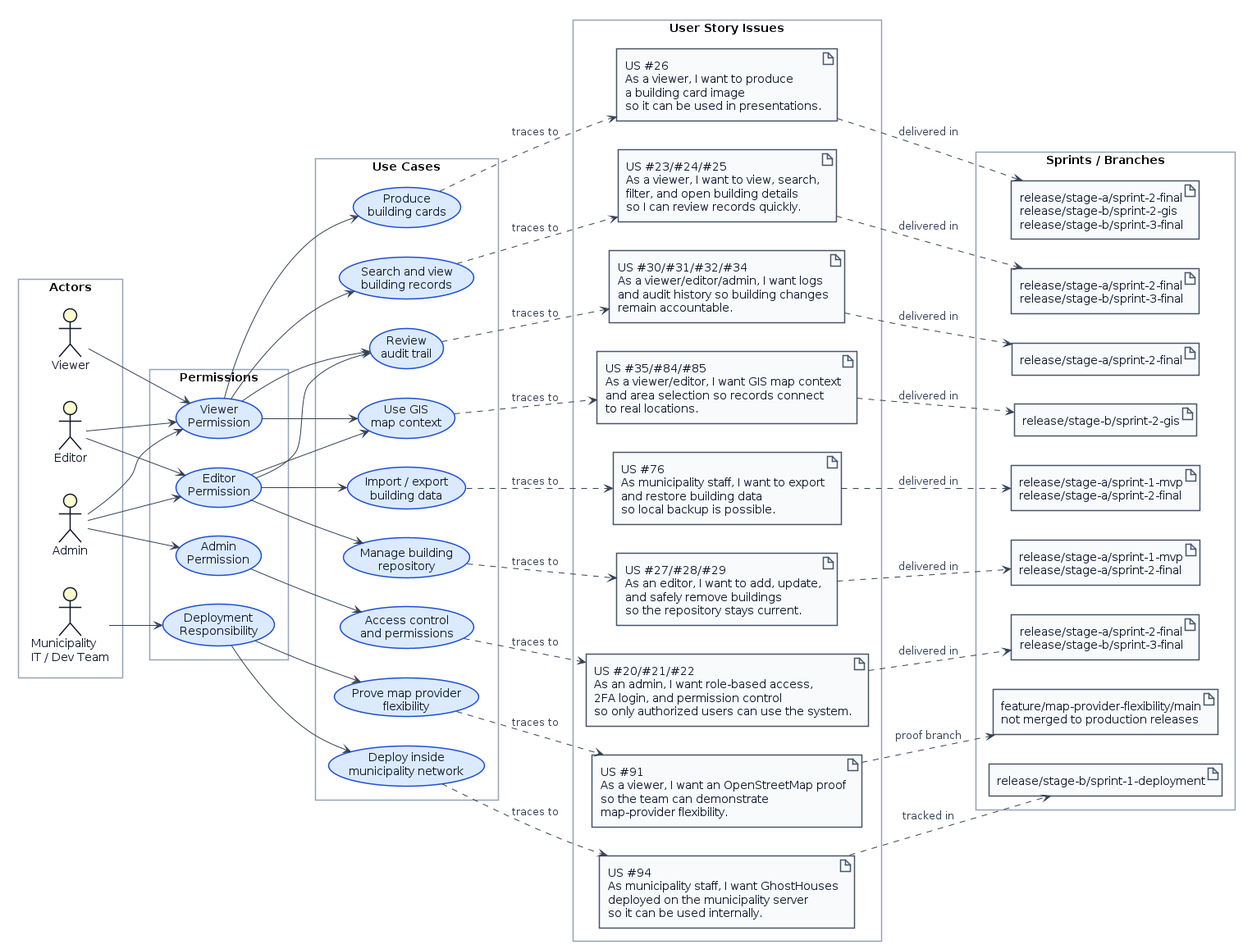
The PlantUML diagram docs/submissions/stage-b/uml/use-cases/presentation/use_cases_to_sprints.png in bbdaria/GhostHouses, before a commit. Its source is kept beside it as docs/submissions/stage-b/uml/use-cases/presentation/use_cases_to_sprints.puml.
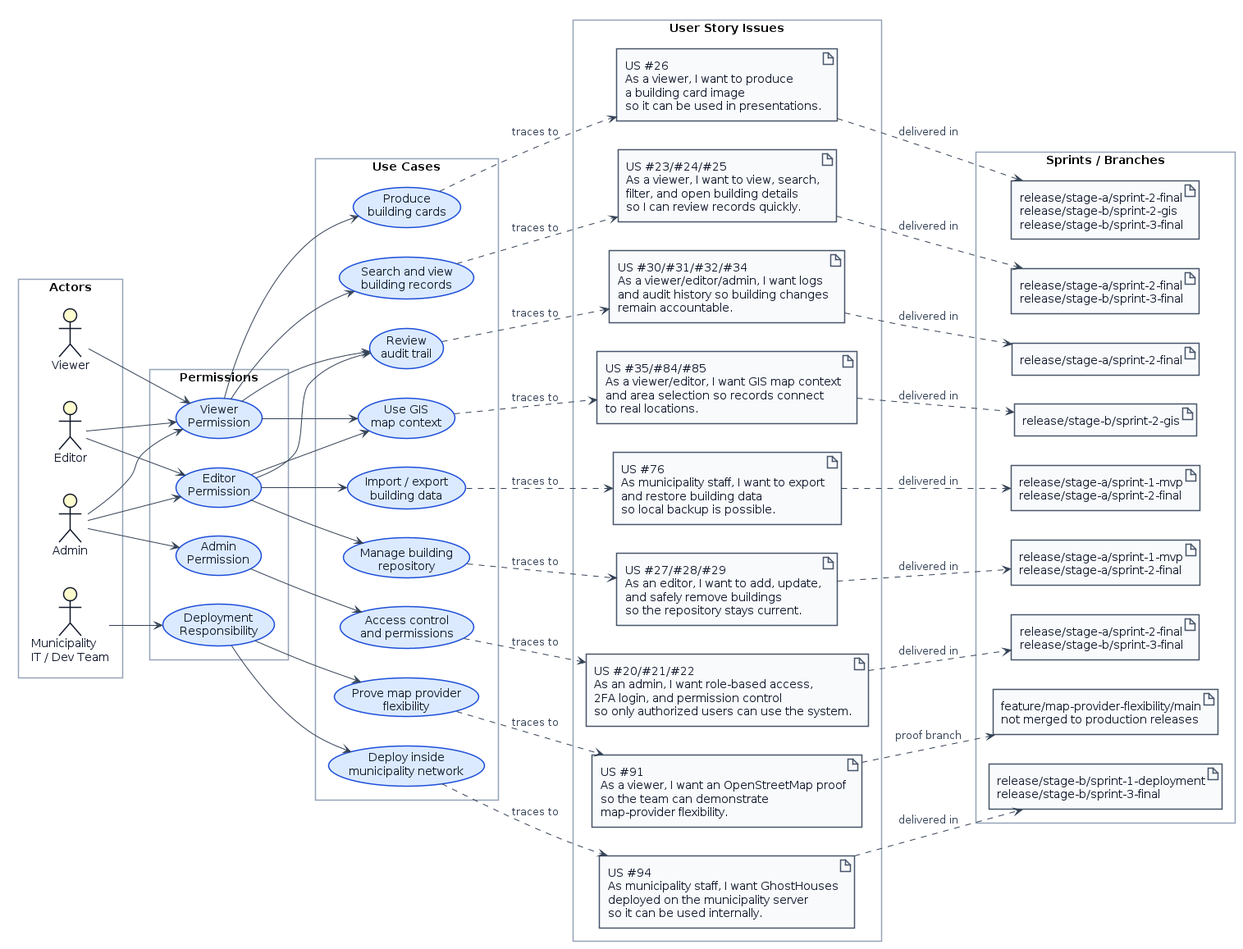
The same file after the commit.

Commit message:
Update presentation deployment traceability

Change to the diagram source:
```diff
@@ -64,7 +64,7 @@
   artifact "release/stage-a/sprint-2-final\nrelease/stage-b/sprint-2-gis\nrelease/stage-b/sprint-3-final" as S_CARDS
   artifact "release/stage-a/sprint-2-final" as S_LOGS
   artifact "release/stage-b/sprint-2-gis" as S_GIS
-  artifact "release/stage-b/sprint-1-deployment" as S_DEPLOY
+  artifact "release/stage-b/sprint-1-deployment\nrelease/stage-b/sprint-3-final" as S_DEPLOY
   artifact "feature/map-provider-flexibility/main\nnot merged to production releases" as S_PROVIDER
 }
 
@@ -105,6 +105,6 @@
 US_CARDS ..> S_CARDS : delivered in
 US_LOGS ..> S_LOGS : delivered in
 US_GIS ..> S_GIS : delivered in
-US_DEPLOY ..> S_DEPLOY : tracked in
+US_DEPLOY ..> S_DEPLOY : delivered in
 US_PROVIDER ..> S_PROVIDER : proof branch
 @enduml
```
